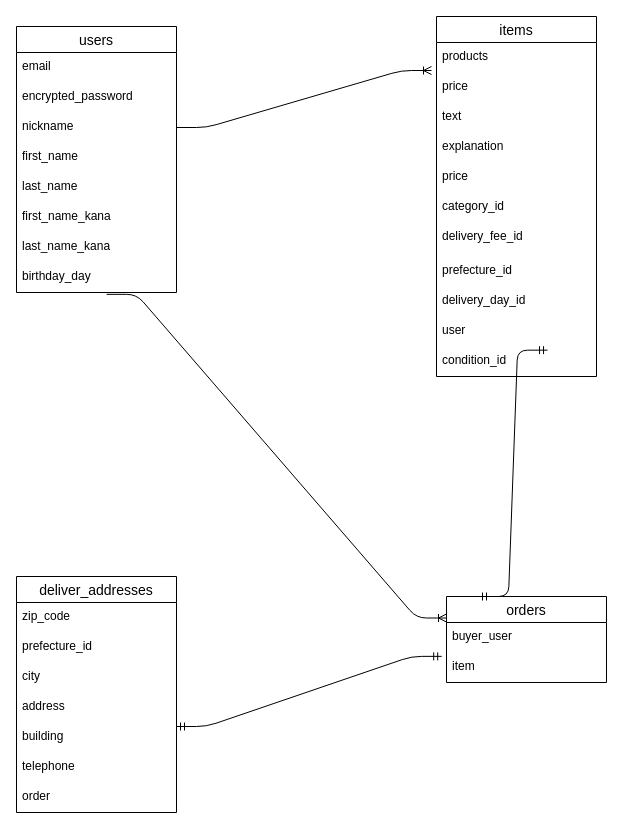
Above: test.dio in 820sayama/furima-37106 (draw.io), before the change. Source tidied: cells renumbered, new cells numbered last; positions are measured from the earlier drawing's top-left corner, leaving out a move shared by most shapes. Both pictures are drawn from the tidied source at 100%, with x=0, y=0 at pixel (16, 16).
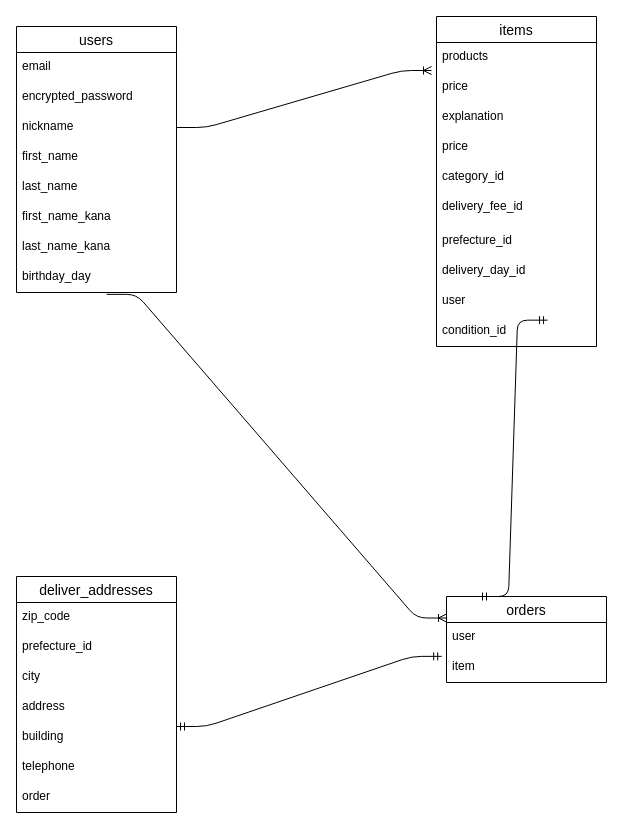
After the change.

Unchanged cells that the change refers to:
```xml
<mxCell id="23" value="orders" style="swimlane;fontStyle=0;horizontal=1;startSize=26;align=center;fontSize=14;" parent="1" vertex="1">
  <mxGeometry x="430" y="580" width="160" height="86" as="geometry" />
</mxCell>
```

The edit, as a diff of the source:
```diff
@@
     <mxCell id="11" value="items" style="swimlane;fontStyle=0;horizontal=1;startSize=26;align=center;fontSize=14;" parent="1" vertex="1">
-      <mxGeometry x="420" width="160" height="360" as="geometry" />
+      <mxGeometry x="420" width="160" height="330" as="geometry" />
     </mxCell>
@@
-    <mxCell id="14" value="text" style="text;strokeColor=none;fillColor=none;spacingLeft=4;spacingRight=4;overflow=hidden;fontSize=12;" parent="11" vertex="1">
-      <mxGeometry y="86" width="160" height="30" as="geometry" />
-    </mxCell>
     <mxCell id="15" value="explanation " style="text;strokeColor=none;fillColor=none;spacingLeft=4;spacingRight=4;overflow=hidden;fontSize=12;" parent="11" vertex="1">
-      <mxGeometry y="116" width="160" height="30" as="geometry" />
+      <mxGeometry y="86" width="160" height="30" as="geometry" />
     </mxCell>
     <mxCell id="16" value="price" style="text;strokeColor=none;fillColor=none;spacingLeft=4;spacingRight=4;overflow=hidden;fontSize=12;" parent="11" vertex="1">
-      <mxGeometry y="146" width="160" height="30" as="geometry" />
+      <mxGeometry y="116" width="160" height="30" as="geometry" />
     </mxCell>
     <mxCell id="17" value="category_id   " style="text;strokeColor=none;fillColor=none;spacingLeft=4;spacingRight=4;overflow=hidden;fontSize=12;" parent="11" vertex="1">
-      <mxGeometry y="176" width="160" height="30" as="geometry" />
+      <mxGeometry y="146" width="160" height="30" as="geometry" />
     </mxCell>
     <mxCell id="18" value="delivery_fee_id " style="text;strokeColor=none;fillColor=none;spacingLeft=4;spacingRight=4;overflow=hidden;fontSize=12;" parent="11" vertex="1">
-      <mxGeometry y="206" width="160" height="34" as="geometry" />
+      <mxGeometry y="176" width="160" height="34" as="geometry" />
     </mxCell>
     <mxCell id="19" value=" prefecture_id" style="text;strokeColor=none;fillColor=none;spacingLeft=4;spacingRight=4;overflow=hidden;fontSize=12;" parent="11" vertex="1">
-      <mxGeometry y="240" width="160" height="30" as="geometry" />
+      <mxGeometry y="210" width="160" height="30" as="geometry" />
     </mxCell>
     <mxCell id="20" value="delivery_day_id " style="text;strokeColor=none;fillColor=none;spacingLeft=4;spacingRight=4;overflow=hidden;fontSize=12;" parent="11" vertex="1">
-      <mxGeometry y="270" width="160" height="30" as="geometry" />
+      <mxGeometry y="240" width="160" height="30" as="geometry" />
     </mxCell>
     <mxCell id="21" value="user " style="text;strokeColor=none;fillColor=none;spacingLeft=4;spacingRight=4;overflow=hidden;points=[[0,0.5],[1,0.5]];portConstraint=eastwest;fontSize=12;" parent="11" vertex="1">
-      <mxGeometry y="300" width="160" height="30" as="geometry" />
+      <mxGeometry y="270" width="160" height="30" as="geometry" />
     </mxCell>
     <mxCell id="22" value=" condition_id " style="text;strokeColor=none;fillColor=none;spacingLeft=4;spacingRight=4;overflow=hidden;fontSize=12;" parent="11" vertex="1">
-      <mxGeometry y="330" width="160" height="30" as="geometry" />
+      <mxGeometry y="300" width="160" height="30" as="geometry" />
     </mxCell>
@@
-    <mxCell id="24" value="buyer_user  " style="text;strokeColor=none;fillColor=none;spacingLeft=4;spacingRight=4;overflow=hidden;fontSize=12;" parent="23" vertex="1">
+    <mxCell id="24" value="user " style="text;strokeColor=none;fillColor=none;spacingLeft=4;spacingRight=4;overflow=hidden;fontSize=12;" parent="23" vertex="1">
       <mxGeometry y="26" width="160" height="30" as="geometry" />
     </mxCell>
```
